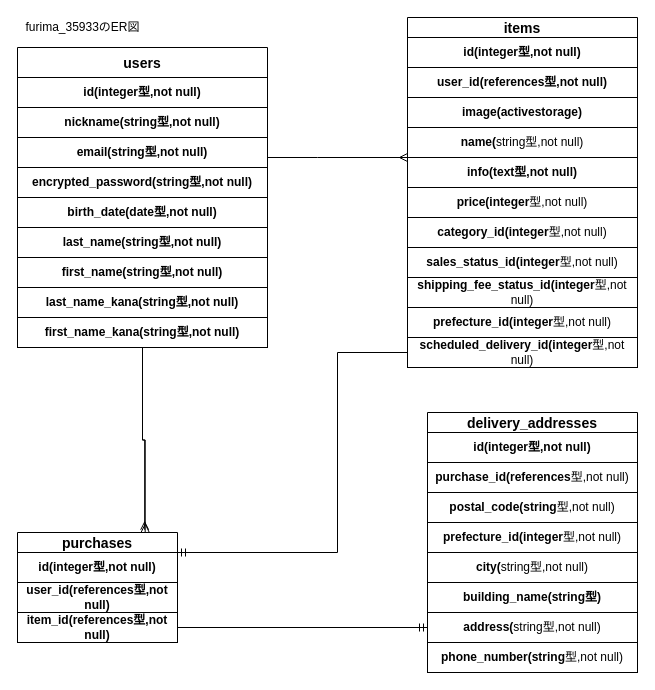
tubuyakisyun/furima-35933 keeps this draw.io diagram as test.dio. Above is the earlier version. Source tidied: cells renumbered, new cells numbered last; positions are measured from the earlier drawing's top-left corner, leaving out a move shared by most shapes. Both pictures are drawn from the tidied source at 100%, with x=0, y=0 at pixel (17, 17).
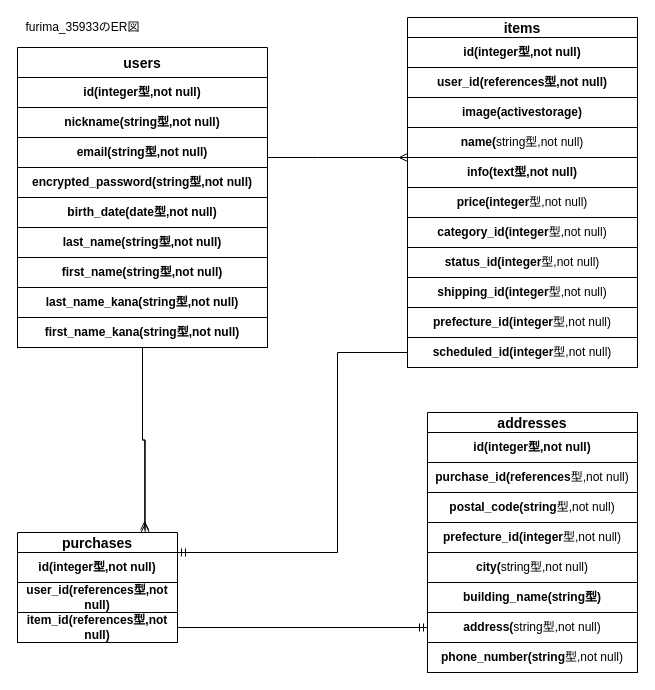
After the change.

Commit message:
db設計図カラム名を修正

Diff of the diagram source:
```diff
@@
-    <mxCell id="8" value="delivery_addresses" style="swimlane;fontStyle=1;horizontal=1;startSize=20;align=center;fontSize=14;rounded=0;direction=east;" parent="1" vertex="1">
+    <mxCell id="8" value="addresses" style="swimlane;fontStyle=1;horizontal=1;startSize=20;align=center;fontSize=14;rounded=0;direction=east;" parent="1" vertex="1">
       <mxGeometry x="410" y="395" width="210" height="50" as="geometry" />
     </mxCell>
@@
-    <mxCell id="12" value="shipping_fee_status_id(integer&lt;span style=&quot;font-weight: 400&quot;&gt;型,not null)&lt;/span&gt;" style="whiteSpace=wrap;html=1;rounded=0;shadow=0;align=center;fontStyle=1;" parent="1" vertex="1">
+    <mxCell id="12" value="shipping_id(integer&lt;span style=&quot;font-weight: 400&quot;&gt;型,not null)&lt;/span&gt;" style="whiteSpace=wrap;html=1;rounded=0;shadow=0;align=center;fontStyle=1;" parent="1" vertex="1">
       <mxGeometry x="390" y="260" width="230" height="30" as="geometry" />
     </mxCell>
@@
-    <mxCell id="14" value="sales_status_id(integer&lt;span style=&quot;font-weight: 400&quot;&gt;型,not null)&lt;/span&gt;" style="whiteSpace=wrap;html=1;rounded=0;shadow=0;align=center;fontStyle=1;" parent="1" vertex="1">
+    <mxCell id="14" value="status_id(integer&lt;span style=&quot;font-weight: 400&quot;&gt;型,not null)&lt;/span&gt;" style="whiteSpace=wrap;html=1;rounded=0;shadow=0;align=center;fontStyle=1;" parent="1" vertex="1">
       <mxGeometry x="390" y="230" width="230" height="30" as="geometry" />
     </mxCell>
@@
-    <mxCell id="20" value="scheduled_delivery_id(integer&lt;span style=&quot;font-weight: 400&quot;&gt;型,not null)&lt;/span&gt;" style="whiteSpace=wrap;html=1;rounded=0;shadow=0;align=center;fontStyle=1;" parent="1" vertex="1">
+    <mxCell id="20" value="scheduled_id(integer&lt;span style=&quot;font-weight: 400&quot;&gt;型,not null)&lt;/span&gt;" style="whiteSpace=wrap;html=1;rounded=0;shadow=0;align=center;fontStyle=1;" parent="1" vertex="1">
       <mxGeometry x="390" y="320" width="230" height="30" as="geometry" />
     </mxCell>
```
